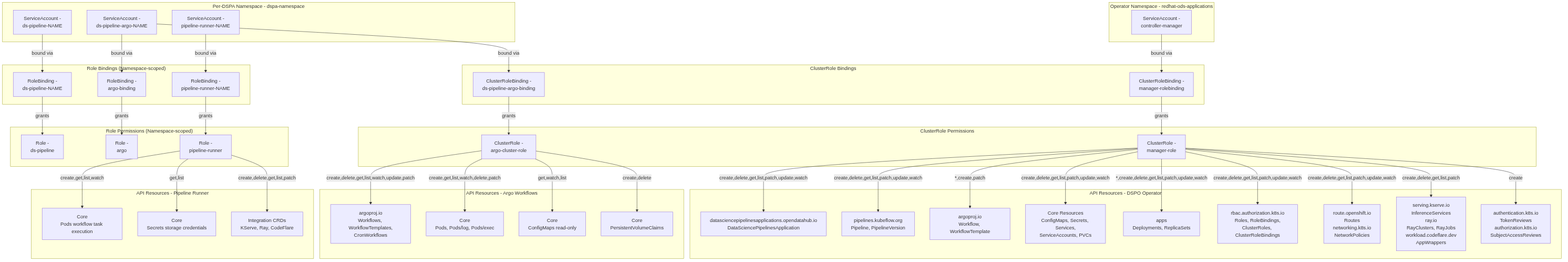
Earlier version of the Mermaid export architecture/rhoai-3.2/diagrams/data-science-pipelines-operator-rbac.png (rhuss/architecture-context). Its source is kept beside it as architecture/rhoai-3.2/diagrams/data-science-pipelines-operator-rbac.mmd. The source it was exported from:
```mermaid
graph TD
    subgraph "Operator Namespace - redhat-ods-applications"
        SA_Controller[ServiceAccount -<br/>controller-manager]
    end

    subgraph "Per-DSPA Namespace - dspa-namespace"
        SA_DSPipeline[ServiceAccount -<br/>ds-pipeline-NAME]
        SA_Argo[ServiceAccount -<br/>ds-pipeline-argo-NAME]
        SA_Runner[ServiceAccount -<br/>pipeline-runner-NAME]
    end

    subgraph "ClusterRole Bindings"
        CRB_Manager[ClusterRoleBinding -<br/>manager-rolebinding]
        CRB_Argo[ClusterRoleBinding -<br/>ds-pipeline-argo-binding]
    end

    subgraph "Role Bindings (Namespace-scoped)"
        RB_DSPipeline[RoleBinding -<br/>ds-pipeline-NAME]
        RB_Argo[RoleBinding -<br/>argo-binding]
        RB_Runner[RoleBinding -<br/>pipeline-runner-NAME]
    end

    subgraph "ClusterRole Permissions"
        CR_Manager[ClusterRole -<br/>manager-role]
        CR_Argo[ClusterRole -<br/>argo-cluster-role]
    end

    subgraph "Role Permissions (Namespace-scoped)"
        R_DSPipeline[Role -<br/>ds-pipeline]
        R_Argo[Role -<br/>argo]
        R_Runner[Role -<br/>pipeline-runner]
    end

    subgraph "API Resources - DSPO Operator"
        DSPA_CRD[datasciencepipelinesapplications.opendatahub.io<br/>DataSciencePipelinesApplication]
        Pipeline_CRD[pipelines.kubeflow.org<br/>Pipeline, PipelineVersion]
        Workflow_CRD[argoproj.io<br/>Workflow, WorkflowTemplate]
        Core_Resources[Core Resources<br/>ConfigMaps, Secrets, Services,<br/>ServiceAccounts, PVCs]
        Apps_Resources[apps<br/>Deployments, ReplicaSets]
        RBAC_Resources[rbac.authorization.k8s.io<br/>Roles, RoleBindings,<br/>ClusterRoles, ClusterRoleBindings]
        Network_Resources[route.openshift.io<br/>Routes<br/>networking.k8s.io<br/>NetworkPolicies]
        Integration_Resources[serving.kserve.io<br/>InferenceServices<br/>ray.io<br/>RayClusters, RayJobs<br/>workload.codeflare.dev<br/>AppWrappers]
        Auth_Resources[authentication.k8s.io<br/>TokenReviews<br/>authorization.k8s.io<br/>SubjectAccessReviews]
    end

    subgraph "API Resources - Argo Workflows"
        Argo_Workflows[argoproj.io<br/>Workflows, WorkflowTemplates,<br/>CronWorkflows]
        Argo_Pods[Core<br/>Pods, Pods/log, Pods/exec]
        Argo_Config[Core<br/>ConfigMaps read-only]
        Argo_PVC[Core<br/>PersistentVolumeClaims]
    end

    subgraph "API Resources - Pipeline Runner"
        Runner_Pods[Core<br/>Pods workflow task execution]
        Runner_Secrets[Core<br/>Secrets storage credentials]
        Runner_CRD[Integration CRDs<br/>KServe, Ray, CodeFlare]
    end

    SA_Controller -->|bound via| CRB_Manager
    SA_DSPipeline -->|bound via| RB_DSPipeline
    SA_Argo -->|bound via| CRB_Argo
    SA_Argo -->|bound via| RB_Argo
    SA_Runner -->|bound via| RB_Runner

    CRB_Manager -->|grants| CR_Manager
    CRB_Argo -->|grants| CR_Argo

    RB_DSPipeline -->|grants| R_DSPipeline
    RB_Argo -->|grants| R_Argo
    RB_Runner -->|grants| R_Runner

    CR_Manager -->|create,delete,get,list,patch,update,watch| DSPA_CRD
    CR_Manager -->|create,delete,get,list,patch,update,watch| Pipeline_CRD
    CR_Manager -->|*,create,patch| Workflow_CRD
    CR_Manager -->|create,delete,get,list,patch,update,watch| Core_Resources
    CR_Manager -->|*,create,delete,get,list,patch,update,watch| Apps_Resources
    CR_Manager -->|create,delete,get,list,patch,update,watch| RBAC_Resources
    CR_Manager -->|create,delete,get,list,patch,update,watch| Network_Resources
    CR_Manager -->|create,delete,get,list,patch| Integration_Resources
    CR_Manager -->|create| Auth_Resources

    CR_Argo -->|create,delete,get,list,watch,update,patch| Argo_Workflows
    CR_Argo -->|create,get,list,watch,delete,patch| Argo_Pods
    CR_Argo -->|get,watch,list| Argo_Config
    CR_Argo -->|create,delete| Argo_PVC

    R_Runner -->|create,get,list,watch| Runner_Pods
    R_Runner -->|get,list| Runner_Secrets
    R_Runner -->|create,delete,get,list,patch| Runner_CRD

    style SA_Controller fill -#4a90e2,stroke -#333,color -#fff
    style SA_DSPipeline fill -#4a90e2,stroke -#333,color -#fff
    style SA_Argo fill -#4a90e2,stroke -#333,color -#fff
    style SA_Runner fill -#4a90e2,stroke -#333,color -#fff

    style CR_Manager fill -#f5a623,stroke -#333,color -#000
    style CR_Argo fill -#f5a623,stroke -#333,color -#000
    style R_DSPipeline fill -#f5a623,stroke -#333,color -#000
    style R_Argo fill -#f5a623,stroke -#333,color -#000
    style R_Runner fill -#f5a623,stroke -#333,color -#000

    style CRB_Manager fill -#9b59b6,stroke -#333,color -#fff
    style CRB_Argo fill -#9b59b6,stroke -#333,color -#fff
    style RB_DSPipeline fill -#9b59b6,stroke -#333,color -#fff
    style RB_Argo fill -#9b59b6,stroke -#333,color -#fff
    style RB_Runner fill -#9b59b6,stroke -#333,color -#fff

    style DSPA_CRD fill -#7ed321,stroke -#333,color -#000
    style Pipeline_CRD fill -#7ed321,stroke -#333,color -#000
    style Workflow_CRD fill -#7ed321,stroke -#333,color -#000
    style Core_Resources fill -#7ed321,stroke -#333,color -#000
    style Apps_Resources fill -#7ed321,stroke -#333,color -#000
    style RBAC_Resources fill -#7ed321,stroke -#333,color -#000
    style Network_Resources fill -#7ed321,stroke -#333,color -#000
    style Integration_Resources fill -#7ed321,stroke -#333,color -#000
    style Auth_Resources fill -#7ed321,stroke -#333,color -#000
    style Argo_Workflows fill -#7ed321,stroke -#333,color -#000
    style Argo_Pods fill -#7ed321,stroke -#333,color -#000
    style Argo_Config fill -#7ed321,stroke -#333,color -#000
    style Argo_PVC fill -#7ed321,stroke -#333,color -#000
    style Runner_Pods fill -#7ed321,stroke -#333,color -#000
    style Runner_Secrets fill -#7ed321,stroke -#333,color -#000
    style Runner_CRD fill -#7ed321,stroke -#333,color -#000
```
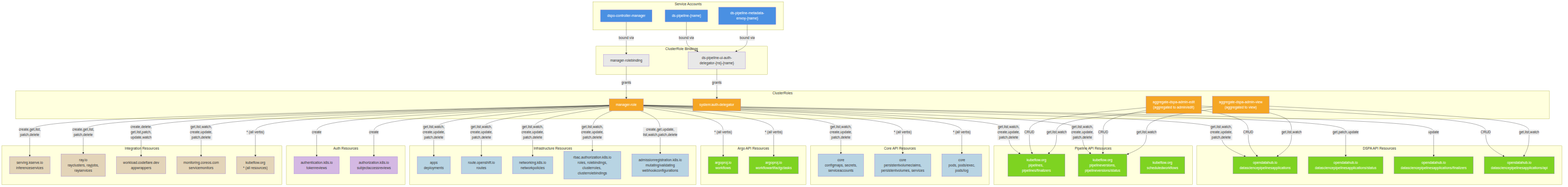
Later version of the same file.

Diff of the diagram source:
```diff
@@ -1,123 +1,136 @@
+
 graph TD
-    subgraph "Operator Namespace - redhat-ods-applications"
-        SA_Controller[ServiceAccount -<br/>controller-manager]
+    subgraph ServiceAccounts["Service Accounts"]
+        SA["dspo-controller-manager"]
+        SAAPI["ds-pipeline-{name}"]
+        SAEnvoy["ds-pipeline-metadata-envoy-{name}"]
     end
 
-    subgraph "Per-DSPA Namespace - dspa-namespace"
-        SA_DSPipeline[ServiceAccount -<br/>ds-pipeline-NAME]
-        SA_Argo[ServiceAccount -<br/>ds-pipeline-argo-NAME]
-        SA_Runner[ServiceAccount -<br/>pipeline-runner-NAME]
+    subgraph ClusterRoleBindings["ClusterRole Bindings"]
+        CRB["manager-rolebinding"]
+        AuthDeleg["ds-pipeline-ui-auth-delegator-{ns}-{name}"]
     end
 
-    subgraph "ClusterRole Bindings"
-        CRB_Manager[ClusterRoleBinding -<br/>manager-rolebinding]
-        CRB_Argo[ClusterRoleBinding -<br/>ds-pipeline-argo-binding]
+    subgraph ClusterRoles["ClusterRoles"]
+        CR["manager-role"]
+        AuthDelegRole["system:auth-delegator"]
+        AggEdit["aggregate-dspa-admin-edit<br/>(aggregated to admin/edit)"]
+        AggView["aggregate-dspa-admin-view<br/>(aggregated to view)"]
     end
 
-    subgraph "Role Bindings (Namespace-scoped)"
-        RB_DSPipeline[RoleBinding -<br/>ds-pipeline-NAME]
-        RB_Argo[RoleBinding -<br/>argo-binding]
-        RB_Runner[RoleBinding -<br/>pipeline-runner-NAME]
+    subgraph CoreResources["Core API Resources"]
+        ConfigMaps["core<br/>configmaps, secrets,<br/>serviceaccounts"]
+        PVs["core<br/>persistentvolumeclaims,<br/>persistentvolumes, services"]
+        Pods["core<br/>pods, pods/exec,<br/>pods/log"]
     end
 
-    subgraph "ClusterRole Permissions"
-        CR_Manager[ClusterRole -<br/>manager-role]
-        CR_Argo[ClusterRole -<br/>argo-cluster-role]
+    subgraph DSPAResources["DSPA API Resources"]
+        DSPA["opendatahub.io<br/>datasciencepipelinesapplications"]
+        DSPAStatus["opendatahub.io<br/>datasciencepipelinesapplications/status"]
+        DSPAFinalizers["opendatahub.io<br/>datasciencepipelinesapplications/finalizers"]
+        DSPAApi["opendatahub.io<br/>datasciencepipelinesapplications/api"]
     end
 
-    subgraph "Role Permissions (Namespace-scoped)"
-        R_DSPipeline[Role -<br/>ds-pipeline]
-        R_Argo[Role -<br/>argo]
-        R_Runner[Role -<br/>pipeline-runner]
+    subgraph PipelineResources["Pipeline API Resources"]
+        Pipelines["kubeflow.org<br/>pipelines, pipelines/finalizers"]
+        PipelineVersions["kubeflow.org<br/>pipelineversions,<br/>pipelineversions/status"]
+        ScheduledWF["kubeflow.org<br/>scheduledworkflows"]
     end
 
-    subgraph "API Resources - DSPO Operator"
-        DSPA_CRD[datasciencepipelinesapplications.opendatahub.io<br/>DataSciencePipelinesApplication]
-        Pipeline_CRD[pipelines.kubeflow.org<br/>Pipeline, PipelineVersion]
-        Workflow_CRD[argoproj.io<br/>Workflow, WorkflowTemplate]
-        Core_Resources[Core Resources<br/>ConfigMaps, Secrets, Services,<br/>ServiceAccounts, PVCs]
-        Apps_Resources[apps<br/>Deployments, ReplicaSets]
-        RBAC_Resources[rbac.authorization.k8s.io<br/>Roles, RoleBindings,<br/>ClusterRoles, ClusterRoleBindings]
-        Network_Resources[route.openshift.io<br/>Routes<br/>networking.k8s.io<br/>NetworkPolicies]
-        Integration_Resources[serving.kserve.io<br/>InferenceServices<br/>ray.io<br/>RayClusters, RayJobs<br/>workload.codeflare.dev<br/>AppWrappers]
-        Auth_Resources[authentication.k8s.io<br/>TokenReviews<br/>authorization.k8s.io<br/>SubjectAccessReviews]
+    subgraph ArgoResources["Argo API Resources"]
+        Workflows["argoproj.io<br/>workflows"]
+        WAGC["argoproj.io<br/>workflowartifactgctasks"]
     end
 
-    subgraph "API Resources - Argo Workflows"
-        Argo_Workflows[argoproj.io<br/>Workflows, WorkflowTemplates,<br/>CronWorkflows]
-        Argo_Pods[Core<br/>Pods, Pods/log, Pods/exec]
-        Argo_Config[Core<br/>ConfigMaps read-only]
-        Argo_PVC[Core<br/>PersistentVolumeClaims]
+    subgraph InfraResources["Infrastructure Resources"]
+        Deployments["apps<br/>deployments"]
+        Routes["route.openshift.io<br/>routes"]
+        NetworkPolicies["networking.k8s.io<br/>networkpolicies"]
+        RBAC_Res["rbac.authorization.k8s.io<br/>roles, rolebindings,<br/>clusterroles, clusterrolebindings"]
+        Webhooks["admissionregistration.k8s.io<br/>mutating/validating<br/>webhookconfigurations"]
     end
 
-    subgraph "API Resources - Pipeline Runner"
-        Runner_Pods[Core<br/>Pods workflow task execution]
-        Runner_Secrets[Core<br/>Secrets storage credentials]
-        Runner_CRD[Integration CRDs<br/>KServe, Ray, CodeFlare]
+    subgraph AuthResources["Auth Resources"]
+        TokenReviews["authentication.k8s.io<br/>tokenreviews"]
+        SAR["authorization.k8s.io<br/>subjectaccessreviews"]
     end
 
-    SA_Controller -->|bound via| CRB_Manager
-    SA_DSPipeline -->|bound via| RB_DSPipeline
-    SA_Argo -->|bound via| CRB_Argo
-    SA_Argo -->|bound via| RB_Argo
-    SA_Runner -->|bound via| RB_Runner
+    subgraph IntegrationResources["Integration Resources"]
+        InferenceServices["serving.kserve.io<br/>inferenceservices"]
+        RayResources["ray.io<br/>rayclusters, rayjobs,<br/>rayservices"]
+        AppWrappers["workload.codeflare.dev<br/>appwrappers"]
+        ServiceMonitors["monitoring.coreos.com<br/>servicemonitors"]
+        KubeflowAll["kubeflow.org<br/>* (all resources)"]
+    end
 
-    CRB_Manager -->|grants| CR_Manager
-    CRB_Argo -->|grants| CR_Argo
+    SA -->|bound via| CRB
+    CRB -->|grants| CR
+    SAAPI -->|bound via| AuthDeleg
+    SAEnvoy -->|bound via| AuthDeleg
+    AuthDeleg -->|grants| AuthDelegRole
 
-    RB_DSPipeline -->|grants| R_DSPipeline
-    RB_Argo -->|grants| R_Argo
-    RB_Runner -->|grants| R_Runner
+    CR -->|"get,list,watch,<br/>create,update,<br/>patch,delete"| DSPA
+    CR -->|"get,patch,update"| DSPAStatus
+    CR -->|"update"| DSPAFinalizers
+    CR -->|"get,list,watch,<br/>create,update,<br/>patch,delete"| ConfigMaps
+    CR -->|"* (all verbs)"| PVs
+    CR -->|"* (all verbs)"| Pods
+    CR -->|"get,list,watch,<br/>create,update,<br/>patch,delete"| Deployments
+    CR -->|"get,list,watch,<br/>create,update,<br/>patch,delete"| Routes
+    CR -->|"* (all verbs)"| Workflows
+    CR -->|"* (all verbs)"| WAGC
+    CR -->|"get,list,watch,<br/>create,update,<br/>patch,delete"| NetworkPolicies
+    CR -->|"get,list,watch,<br/>create,update,<br/>patch,delete"| RBAC_Res
+    CR -->|"get,list,watch,<br/>create,update,<br/>patch,delete"| Pipelines
+    CR -->|"get,list,watch,<br/>create,update,<br/>patch,delete"| PipelineVersions
+    CR -->|"create,get,update,<br/>list,watch,patch,delete"| Webhooks
+    CR -->|"create"| TokenReviews
+    CR -->|"create"| SAR
+    CR -->|"create,get,list,<br/>patch,delete"| InferenceServices
+    CR -->|"create,get,list,<br/>patch,delete"| RayResources
+    CR -->|"create,delete,<br/>get,list,patch,<br/>update,watch"| AppWrappers
+    CR -->|"get,list,watch,<br/>create,update,<br/>patch,delete"| ServiceMonitors
+    CR -->|"* (all verbs)"| KubeflowAll
 
-    CR_Manager -->|create,delete,get,list,patch,update,watch| DSPA_CRD
-    CR_Manager -->|create,delete,get,list,patch,update,watch| Pipeline_CRD
-    CR_Manager -->|*,create,patch| Workflow_CRD
-    CR_Manager -->|create,delete,get,list,patch,update,watch| Core_Resources
-    CR_Manager -->|*,create,delete,get,list,patch,update,watch| Apps_Resources
-    CR_Manager -->|create,delete,get,list,patch,update,watch| RBAC_Resources
-    CR_Manager -->|create,delete,get,list,patch,update,watch| Network_Resources
-    CR_Manager -->|create,delete,get,list,patch| Integration_Resources
-    CR_Manager -->|create| Auth_Resources
+    AggEdit -->|"CRUD"| DSPA
+    AggEdit -->|"CRUD"| DSPAApi
+    AggEdit -->|"CRUD"| Pipelines
+    AggEdit -->|"CRUD"| PipelineVersions
+    AggView -->|"get,list,watch"| DSPA
+    AggView -->|"get,list,watch"| DSPAApi
+    AggView -->|"get,list,watch"| Pipelines
+    AggView -->|"get,list,watch"| PipelineVersions
 
-    CR_Argo -->|create,delete,get,list,watch,update,patch| Argo_Workflows
-    CR_Argo -->|create,get,list,watch,delete,patch| Argo_Pods
-    CR_Argo -->|get,watch,list| Argo_Config
-    CR_Argo -->|create,delete| Argo_PVC
-
-    R_Runner -->|create,get,list,watch| Runner_Pods
-    R_Runner -->|get,list| Runner_Secrets
-    R_Runner -->|create,delete,get,list,patch| Runner_CRD
-
-    style SA_Controller fill -#4a90e2,stroke -#333,color -#fff
-    style SA_DSPipeline fill -#4a90e2,stroke -#333,color -#fff
-    style SA_Argo fill -#4a90e2,stroke -#333,color -#fff
-    style SA_Runner fill -#4a90e2,stroke -#333,color -#fff
-
-    style CR_Manager fill -#f5a623,stroke -#333,color -#000
-    style CR_Argo fill -#f5a623,stroke -#333,color -#000
-    style R_DSPipeline fill -#f5a623,stroke -#333,color -#000
-    style R_Argo fill -#f5a623,stroke -#333,color -#000
-    style R_Runner fill -#f5a623,stroke -#333,color -#000
-
-    style CRB_Manager fill -#9b59b6,stroke -#333,color -#fff
-    style CRB_Argo fill -#9b59b6,stroke -#333,color -#fff
-    style RB_DSPipeline fill -#9b59b6,stroke -#333,color -#fff
-    style RB_Argo fill -#9b59b6,stroke -#333,color -#fff
-    style RB_Runner fill -#9b59b6,stroke -#333,color -#fff
-
-    style DSPA_CRD fill -#7ed321,stroke -#333,color -#000
-    style Pipeline_CRD fill -#7ed321,stroke -#333,color -#000
-    style Workflow_CRD fill -#7ed321,stroke -#333,color -#000
-    style Core_Resources fill -#7ed321,stroke -#333,color -#000
-    style Apps_Resources fill -#7ed321,stroke -#333,color -#000
-    style RBAC_Resources fill -#7ed321,stroke -#333,color -#000
-    style Network_Resources fill -#7ed321,stroke -#333,color -#000
-    style Integration_Resources fill -#7ed321,stroke -#333,color -#000
-    style Auth_Resources fill -#7ed321,stroke -#333,color -#000
-    style Argo_Workflows fill -#7ed321,stroke -#333,color -#000
-    style Argo_Pods fill -#7ed321,stroke -#333,color -#000
-    style Argo_Config fill -#7ed321,stroke -#333,color -#000
-    style Argo_PVC fill -#7ed321,stroke -#333,color -#000
-    style Runner_Pods fill -#7ed321,stroke -#333,color -#000
-    style Runner_Secrets fill -#7ed321,stroke -#333,color -#000
-    style Runner_CRD fill -#7ed321,stroke -#333,color -#000
+    style SA fill:#4a90e2,color:#fff
+    style SAAPI fill:#4a90e2,color:#fff
+    style SAEnvoy fill:#4a90e2,color:#fff
+    style CR fill:#f5a623,color:#fff
+    style AuthDelegRole fill:#f5a623,color:#fff
+    style AggEdit fill:#f5a623,color:#fff
+    style AggView fill:#f5a623,color:#fff
+    style CRB fill:#e8e8e8
+    style AuthDeleg fill:#e8e8e8
+    style DSPA fill:#7ed321,color:#fff
+    style DSPAStatus fill:#7ed321,color:#fff
+    style DSPAFinalizers fill:#7ed321,color:#fff
+    style DSPAApi fill:#7ed321,color:#fff
+    style Pipelines fill:#7ed321,color:#fff
+    style PipelineVersions fill:#7ed321,color:#fff
+    style ScheduledWF fill:#7ed321,color:#fff
+    style Workflows fill:#7ed321,color:#fff
+    style WAGC fill:#7ed321,color:#fff
+    style ConfigMaps fill:#b8d4e3
+    style PVs fill:#b8d4e3
+    style Pods fill:#b8d4e3
+    style Deployments fill:#b8d4e3
+    style Routes fill:#b8d4e3
+    style NetworkPolicies fill:#b8d4e3
+    style RBAC_Res fill:#b8d4e3
+    style Webhooks fill:#b8d4e3
+    style TokenReviews fill:#d4b8e3
+    style SAR fill:#d4b8e3
+    style InferenceServices fill:#e3d4b8
+    style RayResources fill:#e3d4b8
+    style AppWrappers fill:#e3d4b8
+    style ServiceMonitors fill:#e3d4b8
+    style KubeflowAll fill:#e3d4b8
```
